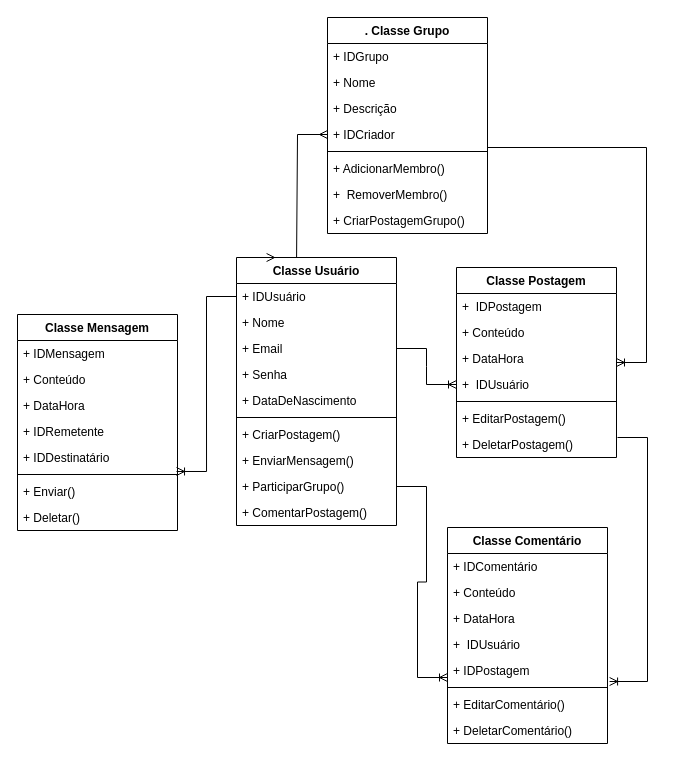
felipeboniatti/DiagramaRedeSocial keeps this draw.io diagram as Diagrama sem nome.drawio. Above is the earlier version. Source tidied: cells renumbered, new cells numbered last; positions are measured from the earlier drawing's top-left corner, leaving out a move shared by most shapes. Both pictures are drawn from the tidied source at 100%, with x=0, y=0 at pixel (17, 17).
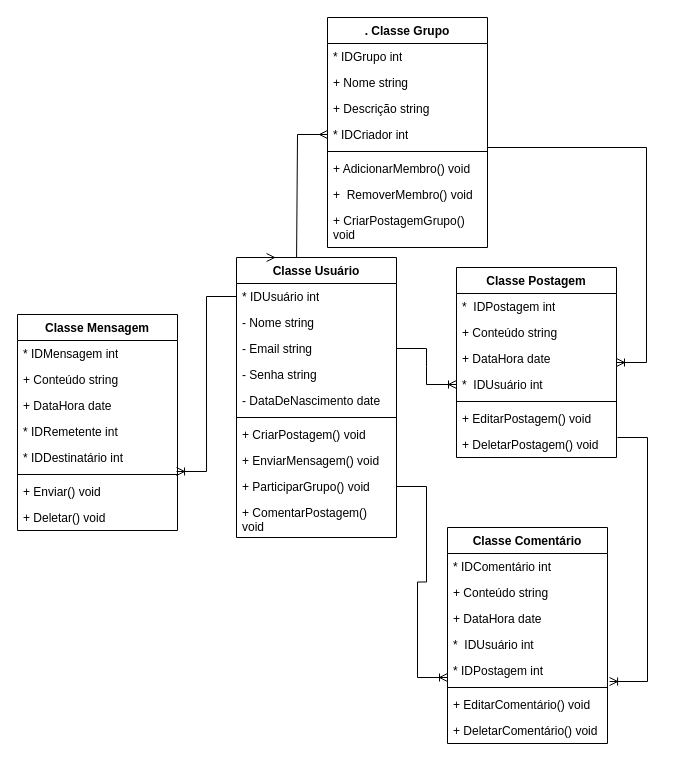
Above is the later version.

The change refers to these unchanged cells:
```xml
<mxCell id="13" value="Classe Postagem&lt;br/&gt;" style="swimlane;fontStyle=1;align=center;verticalAlign=top;horizontal=1;startSize=26;whiteSpace=wrap;html=1;" parent="1" vertex="1">
  <mxGeometry x="439" y="250" width="160" height="190" as="geometry" />
</mxCell>
<mxCell id="21" value="Classe Comentário" style="swimlane;fontStyle=1;align=center;verticalAlign=top;horizontal=1;startSize=26;whiteSpace=wrap;html=1;" parent="1" vertex="1">
  <mxGeometry x="430" y="510" width="160" height="216" as="geometry" />
</mxCell>
<mxCell id="39" value="Classe Mensagem" style="swimlane;fontStyle=1;align=center;verticalAlign=top;horizontal=1;startSize=26;whiteSpace=wrap;html=1;" parent="1" vertex="1">
  <mxGeometry y="297" width="160" height="216" as="geometry" />
</mxCell>
```

What changed in the source:
```diff
@@
     <mxCell id="2" value="Classe&amp;nbsp;Usuário" style="swimlane;fontStyle=1;align=center;verticalAlign=top;horizontal=1;startSize=26;whiteSpace=wrap;html=1;" parent="1" vertex="1">
-      <mxGeometry x="219" y="240" width="160" height="268" as="geometry" />
+      <mxGeometry x="219" y="240" width="160" height="280" as="geometry" />
     </mxCell>
-    <mxCell id="3" value="+ IDUsuário" style="text;strokeColor=none;fillColor=none;align=left;verticalAlign=top;spacingLeft=4;spacingRight=4;overflow=hidden;points=[[0,0.5],[1,0.5]];portConstraint=eastwest;whiteSpace=wrap;html=1;" parent="2" vertex="1">
+    <mxCell id="3" value="* IDUsuário int" style="text;strokeColor=none;fillColor=none;align=left;verticalAlign=top;spacingLeft=4;spacingRight=4;overflow=hidden;points=[[0,0.5],[1,0.5]];portConstraint=eastwest;whiteSpace=wrap;html=1;" parent="2" vertex="1">
       <mxGeometry y="26" width="160" height="26" as="geometry" />
     </mxCell>
-    <mxCell id="4" value="+ Nome" style="text;strokeColor=none;fillColor=none;align=left;verticalAlign=top;spacingLeft=4;spacingRight=4;overflow=hidden;whiteSpace=wrap;html=1;" parent="2" vertex="1">
+    <mxCell id="4" value="- Nome string" style="text;strokeColor=none;fillColor=none;align=left;verticalAlign=top;spacingLeft=4;spacingRight=4;overflow=hidden;whiteSpace=wrap;html=1;" parent="2" vertex="1">
       <mxGeometry y="52" width="160" height="26" as="geometry" />
     </mxCell>
-    <mxCell id="5" value="+ Email" style="text;strokeColor=none;fillColor=none;align=left;verticalAlign=top;spacingLeft=4;spacingRight=4;overflow=hidden;points=[[0,0.5],[1,0.5]];portConstraint=eastwest;whiteSpace=wrap;html=1;" parent="2" vertex="1">
+    <mxCell id="5" value="- Email string" style="text;strokeColor=none;fillColor=none;align=left;verticalAlign=top;spacingLeft=4;spacingRight=4;overflow=hidden;points=[[0,0.5],[1,0.5]];portConstraint=eastwest;whiteSpace=wrap;html=1;" parent="2" vertex="1">
       <mxGeometry y="78" width="160" height="26" as="geometry" />
     </mxCell>
-    <mxCell id="6" value="+ Senha" style="text;strokeColor=none;fillColor=none;align=left;verticalAlign=top;spacingLeft=4;spacingRight=4;overflow=hidden;whiteSpace=wrap;html=1;" parent="2" vertex="1">
+    <mxCell id="6" value="- Senha string" style="text;strokeColor=none;fillColor=none;align=left;verticalAlign=top;spacingLeft=4;spacingRight=4;overflow=hidden;whiteSpace=wrap;html=1;" parent="2" vertex="1">
       <mxGeometry y="104" width="160" height="26" as="geometry" />
     </mxCell>
-    <mxCell id="7" value="+ DataDeNascimento" style="text;strokeColor=none;fillColor=none;align=left;verticalAlign=top;spacingLeft=4;spacingRight=4;overflow=hidden;whiteSpace=wrap;html=1;" parent="2" vertex="1">
+    <mxCell id="7" value="- DataDeNascimento date" style="text;strokeColor=none;fillColor=none;align=left;verticalAlign=top;spacingLeft=4;spacingRight=4;overflow=hidden;whiteSpace=wrap;html=1;" parent="2" vertex="1">
       <mxGeometry y="130" width="160" height="26" as="geometry" />
     </mxCell>
@@
-    <mxCell id="9" value="+ CriarPostagem()" style="text;strokeColor=none;fillColor=none;align=left;verticalAlign=top;spacingLeft=4;spacingRight=4;overflow=hidden;whiteSpace=wrap;html=1;" parent="2" vertex="1">
+    <mxCell id="9" value="+ CriarPostagem() void" style="text;strokeColor=none;fillColor=none;align=left;verticalAlign=top;spacingLeft=4;spacingRight=4;overflow=hidden;whiteSpace=wrap;html=1;" parent="2" vertex="1">
       <mxGeometry y="164" width="160" height="26" as="geometry" />
     </mxCell>
-    <mxCell id="10" value="+ EnviarMensagem()" style="text;strokeColor=none;fillColor=none;align=left;verticalAlign=top;spacingLeft=4;spacingRight=4;overflow=hidden;whiteSpace=wrap;html=1;" parent="2" vertex="1">
+    <mxCell id="10" value="+ EnviarMensagem()&amp;nbsp;void" style="text;strokeColor=none;fillColor=none;align=left;verticalAlign=top;spacingLeft=4;spacingRight=4;overflow=hidden;whiteSpace=wrap;html=1;" parent="2" vertex="1">
       <mxGeometry y="190" width="160" height="26" as="geometry" />
     </mxCell>
-    <mxCell id="11" value="+ ParticiparGrupo()" style="text;strokeColor=none;fillColor=none;align=left;verticalAlign=top;spacingLeft=4;spacingRight=4;overflow=hidden;points=[[0,0.5],[1,0.5]];portConstraint=eastwest;whiteSpace=wrap;html=1;" parent="2" vertex="1">
+    <mxCell id="11" value="+ ParticiparGrupo()&amp;nbsp;void" style="text;strokeColor=none;fillColor=none;align=left;verticalAlign=top;spacingLeft=4;spacingRight=4;overflow=hidden;points=[[0,0.5],[1,0.5]];portConstraint=eastwest;whiteSpace=wrap;html=1;" parent="2" vertex="1">
       <mxGeometry y="216" width="160" height="26" as="geometry" />
     </mxCell>
-    <mxCell id="12" value="+ ComentarPostagem()&lt;br/&gt;" style="text;strokeColor=none;fillColor=none;align=left;verticalAlign=top;spacingLeft=4;spacingRight=4;overflow=hidden;whiteSpace=wrap;html=1;" parent="2" vertex="1">
-      <mxGeometry y="242" width="160" height="26" as="geometry" />
+    <mxCell id="12" value="+ ComentarPostagem() void&lt;br&gt;" style="text;strokeColor=none;fillColor=none;align=left;verticalAlign=top;spacingLeft=4;spacingRight=4;overflow=hidden;whiteSpace=wrap;html=1;" parent="2" vertex="1">
+      <mxGeometry y="242" width="160" height="38" as="geometry" />
     </mxCell>
@@
-    <mxCell id="14" value="+&amp;nbsp; IDPostagem" style="text;strokeColor=none;fillColor=none;align=left;verticalAlign=top;spacingLeft=4;spacingRight=4;overflow=hidden;whiteSpace=wrap;html=1;" parent="13" vertex="1">
+    <mxCell id="14" value="*&amp;nbsp; IDPostagem int" style="text;strokeColor=none;fillColor=none;align=left;verticalAlign=top;spacingLeft=4;spacingRight=4;overflow=hidden;whiteSpace=wrap;html=1;" parent="13" vertex="1">
       <mxGeometry y="26" width="160" height="26" as="geometry" />
     </mxCell>
-    <mxCell id="15" value="+ Conteúdo" style="text;strokeColor=none;fillColor=none;align=left;verticalAlign=top;spacingLeft=4;spacingRight=4;overflow=hidden;whiteSpace=wrap;html=1;" parent="13" vertex="1">
+    <mxCell id="15" value="+ Conteúdo string" style="text;strokeColor=none;fillColor=none;align=left;verticalAlign=top;spacingLeft=4;spacingRight=4;overflow=hidden;whiteSpace=wrap;html=1;" parent="13" vertex="1">
       <mxGeometry y="52" width="160" height="26" as="geometry" />
     </mxCell>
-    <mxCell id="16" value="+ DataHora" style="text;strokeColor=none;fillColor=none;align=left;verticalAlign=top;spacingLeft=4;spacingRight=4;overflow=hidden;whiteSpace=wrap;html=1;" parent="13" vertex="1">
+    <mxCell id="16" value="+ DataHora date" style="text;strokeColor=none;fillColor=none;align=left;verticalAlign=top;spacingLeft=4;spacingRight=4;overflow=hidden;whiteSpace=wrap;html=1;" parent="13" vertex="1">
       <mxGeometry y="78" width="160" height="26" as="geometry" />
     </mxCell>
-    <mxCell id="17" value="+&amp;nbsp; IDUsuário&lt;br/&gt;" style="text;strokeColor=none;fillColor=none;align=left;verticalAlign=top;spacingLeft=4;spacingRight=4;overflow=hidden;points=[[0,0.5],[1,0.5]];portConstraint=eastwest;whiteSpace=wrap;html=1;" parent="13" vertex="1">
+    <mxCell id="17" value="*&amp;nbsp; IDUsuário int&lt;br&gt;" style="text;strokeColor=none;fillColor=none;align=left;verticalAlign=top;spacingLeft=4;spacingRight=4;overflow=hidden;points=[[0,0.5],[1,0.5]];portConstraint=eastwest;whiteSpace=wrap;html=1;" parent="13" vertex="1">
       <mxGeometry y="104" width="160" height="26" as="geometry" />
     </mxCell>
@@
-    <mxCell id="19" value="+ EditarPostagem()" style="text;strokeColor=none;fillColor=none;align=left;verticalAlign=top;spacingLeft=4;spacingRight=4;overflow=hidden;whiteSpace=wrap;html=1;" parent="13" vertex="1">
+    <mxCell id="19" value="+ EditarPostagem()&amp;nbsp;void" style="text;strokeColor=none;fillColor=none;align=left;verticalAlign=top;spacingLeft=4;spacingRight=4;overflow=hidden;whiteSpace=wrap;html=1;" parent="13" vertex="1">
       <mxGeometry y="138" width="160" height="26" as="geometry" />
     </mxCell>
-    <mxCell id="20" value="+ DeletarPostagem()" style="text;strokeColor=none;fillColor=none;align=left;verticalAlign=top;spacingLeft=4;spacingRight=4;overflow=hidden;whiteSpace=wrap;html=1;" parent="13" vertex="1">
+    <mxCell id="20" value="+ DeletarPostagem()&amp;nbsp;void" style="text;strokeColor=none;fillColor=none;align=left;verticalAlign=top;spacingLeft=4;spacingRight=4;overflow=hidden;whiteSpace=wrap;html=1;" parent="13" vertex="1">
       <mxGeometry y="164" width="160" height="26" as="geometry" />
     </mxCell>
@@
-    <mxCell id="22" value="+&amp;nbsp;IDComentário" style="text;strokeColor=none;fillColor=none;align=left;verticalAlign=top;spacingLeft=4;spacingRight=4;overflow=hidden;whiteSpace=wrap;html=1;" parent="21" vertex="1">
+    <mxCell id="22" value="* IDComentário int" style="text;strokeColor=none;fillColor=none;align=left;verticalAlign=top;spacingLeft=4;spacingRight=4;overflow=hidden;whiteSpace=wrap;html=1;" parent="21" vertex="1">
       <mxGeometry y="26" width="160" height="26" as="geometry" />
     </mxCell>
-    <mxCell id="23" value="+ Conteúdo" style="text;strokeColor=none;fillColor=none;align=left;verticalAlign=top;spacingLeft=4;spacingRight=4;overflow=hidden;whiteSpace=wrap;html=1;" parent="21" vertex="1">
+    <mxCell id="23" value="+ Conteúdo string" style="text;strokeColor=none;fillColor=none;align=left;verticalAlign=top;spacingLeft=4;spacingRight=4;overflow=hidden;whiteSpace=wrap;html=1;" parent="21" vertex="1">
       <mxGeometry y="52" width="160" height="26" as="geometry" />
     </mxCell>
-    <mxCell id="24" value="+ DataHora" style="text;strokeColor=none;fillColor=none;align=left;verticalAlign=top;spacingLeft=4;spacingRight=4;overflow=hidden;whiteSpace=wrap;html=1;" parent="21" vertex="1">
+    <mxCell id="24" value="+ DataHora date" style="text;strokeColor=none;fillColor=none;align=left;verticalAlign=top;spacingLeft=4;spacingRight=4;overflow=hidden;whiteSpace=wrap;html=1;" parent="21" vertex="1">
       <mxGeometry y="78" width="160" height="26" as="geometry" />
     </mxCell>
-    <mxCell id="25" value="+&amp;nbsp; IDUsuário" style="text;strokeColor=none;fillColor=none;align=left;verticalAlign=top;spacingLeft=4;spacingRight=4;overflow=hidden;whiteSpace=wrap;html=1;" parent="21" vertex="1">
+    <mxCell id="25" value="*&amp;nbsp; IDUsuário int" style="text;strokeColor=none;fillColor=none;align=left;verticalAlign=top;spacingLeft=4;spacingRight=4;overflow=hidden;whiteSpace=wrap;html=1;" parent="21" vertex="1">
       <mxGeometry y="104" width="160" height="26" as="geometry" />
     </mxCell>
-    <mxCell id="26" value="+&amp;nbsp;IDPostagem&lt;br/&gt;" style="text;strokeColor=none;fillColor=none;align=left;verticalAlign=top;spacingLeft=4;spacingRight=4;overflow=hidden;points=[[0,0.5],[1,0.5]];portConstraint=eastwest;whiteSpace=wrap;html=1;" parent="21" vertex="1">
+    <mxCell id="26" value="* IDPostagem int&lt;br&gt;" style="text;strokeColor=none;fillColor=none;align=left;verticalAlign=top;spacingLeft=4;spacingRight=4;overflow=hidden;points=[[0,0.5],[1,0.5]];portConstraint=eastwest;whiteSpace=wrap;html=1;" parent="21" vertex="1">
       <mxGeometry y="130" width="160" height="26" as="geometry" />
     </mxCell>
@@
-    <mxCell id="28" value="+ EditarComentário()" style="text;strokeColor=none;fillColor=none;align=left;verticalAlign=top;spacingLeft=4;spacingRight=4;overflow=hidden;whiteSpace=wrap;html=1;" parent="21" vertex="1">
+    <mxCell id="28" value="+ EditarComentário()&amp;nbsp;void" style="text;strokeColor=none;fillColor=none;align=left;verticalAlign=top;spacingLeft=4;spacingRight=4;overflow=hidden;whiteSpace=wrap;html=1;" parent="21" vertex="1">
       <mxGeometry y="164" width="160" height="26" as="geometry" />
     </mxCell>
-    <mxCell id="29" value="+ DeletarComentário()" style="text;strokeColor=none;fillColor=none;align=left;verticalAlign=top;spacingLeft=4;spacingRight=4;overflow=hidden;whiteSpace=wrap;html=1;" parent="21" vertex="1">
+    <mxCell id="29" value="+ DeletarComentário()&amp;nbsp;void" style="text;strokeColor=none;fillColor=none;align=left;verticalAlign=top;spacingLeft=4;spacingRight=4;overflow=hidden;whiteSpace=wrap;html=1;" parent="21" vertex="1">
       <mxGeometry y="190" width="160" height="26" as="geometry" />
     </mxCell>
     <mxCell id="30" value=". Classe Grupo&lt;br/&gt;" style="swimlane;fontStyle=1;align=center;verticalAlign=top;horizontal=1;startSize=26;whiteSpace=wrap;html=1;" parent="1" vertex="1">
-      <mxGeometry x="310" width="160" height="216" as="geometry" />
+      <mxGeometry x="310" width="160" height="230" as="geometry" />
     </mxCell>
-    <mxCell id="31" value="+&amp;nbsp;IDGrupo" style="text;strokeColor=none;fillColor=none;align=left;verticalAlign=top;spacingLeft=4;spacingRight=4;overflow=hidden;whiteSpace=wrap;html=1;" parent="30" vertex="1">
+    <mxCell id="31" value="* IDGrupo int" style="text;strokeColor=none;fillColor=none;align=left;verticalAlign=top;spacingLeft=4;spacingRight=4;overflow=hidden;whiteSpace=wrap;html=1;" parent="30" vertex="1">
       <mxGeometry y="26" width="160" height="26" as="geometry" />
     </mxCell>
-    <mxCell id="32" value="+ Nome" style="text;strokeColor=none;fillColor=none;align=left;verticalAlign=top;spacingLeft=4;spacingRight=4;overflow=hidden;whiteSpace=wrap;html=1;" parent="30" vertex="1">
+    <mxCell id="32" value="+ Nome string" style="text;strokeColor=none;fillColor=none;align=left;verticalAlign=top;spacingLeft=4;spacingRight=4;overflow=hidden;whiteSpace=wrap;html=1;" parent="30" vertex="1">
       <mxGeometry y="52" width="160" height="26" as="geometry" />
     </mxCell>
-    <mxCell id="33" value="+ Descrição" style="text;strokeColor=none;fillColor=none;align=left;verticalAlign=top;spacingLeft=4;spacingRight=4;overflow=hidden;whiteSpace=wrap;html=1;" parent="30" vertex="1">
+    <mxCell id="33" value="+ Descrição string" style="text;strokeColor=none;fillColor=none;align=left;verticalAlign=top;spacingLeft=4;spacingRight=4;overflow=hidden;whiteSpace=wrap;html=1;" parent="30" vertex="1">
       <mxGeometry y="78" width="160" height="26" as="geometry" />
     </mxCell>
-    <mxCell id="34" value="+&amp;nbsp;IDCriador" style="text;strokeColor=none;fillColor=none;align=left;verticalAlign=top;spacingLeft=4;spacingRight=4;overflow=hidden;points=[[0,0.5],[1,0.5]];portConstraint=eastwest;whiteSpace=wrap;html=1;" parent="30" vertex="1">
+    <mxCell id="34" value="* IDCriador int" style="text;strokeColor=none;fillColor=none;align=left;verticalAlign=top;spacingLeft=4;spacingRight=4;overflow=hidden;points=[[0,0.5],[1,0.5]];portConstraint=eastwest;whiteSpace=wrap;html=1;" parent="30" vertex="1">
       <mxGeometry y="104" width="160" height="26" as="geometry" />
     </mxCell>
@@
-    <mxCell id="36" value="+ AdicionarMembro()" style="text;strokeColor=none;fillColor=none;align=left;verticalAlign=top;spacingLeft=4;spacingRight=4;overflow=hidden;whiteSpace=wrap;html=1;" parent="30" vertex="1">
+    <mxCell id="36" value="+ AdicionarMembro()&amp;nbsp;void" style="text;strokeColor=none;fillColor=none;align=left;verticalAlign=top;spacingLeft=4;spacingRight=4;overflow=hidden;whiteSpace=wrap;html=1;" parent="30" vertex="1">
       <mxGeometry y="138" width="160" height="26" as="geometry" />
     </mxCell>
-    <mxCell id="37" value="+&amp;nbsp; RemoverMembro()" style="text;strokeColor=none;fillColor=none;align=left;verticalAlign=top;spacingLeft=4;spacingRight=4;overflow=hidden;whiteSpace=wrap;html=1;" parent="30" vertex="1">
+    <mxCell id="37" value="+&amp;nbsp; RemoverMembro()&amp;nbsp;void" style="text;strokeColor=none;fillColor=none;align=left;verticalAlign=top;spacingLeft=4;spacingRight=4;overflow=hidden;whiteSpace=wrap;html=1;" parent="30" vertex="1">
       <mxGeometry y="164" width="160" height="26" as="geometry" />
     </mxCell>
-    <mxCell id="38" value="+ CriarPostagemGrupo()" style="text;strokeColor=none;fillColor=none;align=left;verticalAlign=top;spacingLeft=4;spacingRight=4;overflow=hidden;whiteSpace=wrap;html=1;" parent="30" vertex="1">
-      <mxGeometry y="190" width="160" height="26" as="geometry" />
+    <mxCell id="38" value="+ CriarPostagemGrupo() void" style="text;strokeColor=none;fillColor=none;align=left;verticalAlign=top;spacingLeft=4;spacingRight=4;overflow=hidden;whiteSpace=wrap;html=1;" parent="30" vertex="1">
+      <mxGeometry y="190" width="160" height="40" as="geometry" />
     </mxCell>
@@
-    <mxCell id="40" value="+&amp;nbsp;IDMensagem" style="text;strokeColor=none;fillColor=none;align=left;verticalAlign=top;spacingLeft=4;spacingRight=4;overflow=hidden;whiteSpace=wrap;html=1;" parent="39" vertex="1">
+    <mxCell id="40" value="* IDMensagem int" style="text;strokeColor=none;fillColor=none;align=left;verticalAlign=top;spacingLeft=4;spacingRight=4;overflow=hidden;whiteSpace=wrap;html=1;" parent="39" vertex="1">
       <mxGeometry y="26" width="160" height="26" as="geometry" />
     </mxCell>
-    <mxCell id="41" value="+ Conteúdo" style="text;strokeColor=none;fillColor=none;align=left;verticalAlign=top;spacingLeft=4;spacingRight=4;overflow=hidden;whiteSpace=wrap;html=1;" parent="39" vertex="1">
+    <mxCell id="41" value="+ Conteúdo string" style="text;strokeColor=none;fillColor=none;align=left;verticalAlign=top;spacingLeft=4;spacingRight=4;overflow=hidden;whiteSpace=wrap;html=1;" parent="39" vertex="1">
       <mxGeometry y="52" width="160" height="26" as="geometry" />
     </mxCell>
-    <mxCell id="42" value="+ DataHora" style="text;strokeColor=none;fillColor=none;align=left;verticalAlign=top;spacingLeft=4;spacingRight=4;overflow=hidden;whiteSpace=wrap;html=1;" parent="39" vertex="1">
+    <mxCell id="42" value="+ DataHora date" style="text;strokeColor=none;fillColor=none;align=left;verticalAlign=top;spacingLeft=4;spacingRight=4;overflow=hidden;whiteSpace=wrap;html=1;" parent="39" vertex="1">
       <mxGeometry y="78" width="160" height="26" as="geometry" />
     </mxCell>
-    <mxCell id="43" value="+&amp;nbsp;IDRemetente" style="text;strokeColor=none;fillColor=none;align=left;verticalAlign=top;spacingLeft=4;spacingRight=4;overflow=hidden;whiteSpace=wrap;html=1;" parent="39" vertex="1">
+    <mxCell id="43" value="* IDRemetente int" style="text;strokeColor=none;fillColor=none;align=left;verticalAlign=top;spacingLeft=4;spacingRight=4;overflow=hidden;whiteSpace=wrap;html=1;" parent="39" vertex="1">
       <mxGeometry y="104" width="160" height="26" as="geometry" />
     </mxCell>
-    <mxCell id="44" value="+&amp;nbsp;IDDestinatário" style="text;strokeColor=none;fillColor=none;align=left;verticalAlign=top;spacingLeft=4;spacingRight=4;overflow=hidden;points=[[0,0.5],[1,0.5]];portConstraint=eastwest;whiteSpace=wrap;html=1;" parent="39" vertex="1">
+    <mxCell id="44" value="* IDDestinatário int" style="text;strokeColor=none;fillColor=none;align=left;verticalAlign=top;spacingLeft=4;spacingRight=4;overflow=hidden;points=[[0,0.5],[1,0.5]];portConstraint=eastwest;whiteSpace=wrap;html=1;" parent="39" vertex="1">
       <mxGeometry y="130" width="160" height="26" as="geometry" />
     </mxCell>
@@
-    <mxCell id="46" value="+ Enviar()" style="text;strokeColor=none;fillColor=none;align=left;verticalAlign=top;spacingLeft=4;spacingRight=4;overflow=hidden;whiteSpace=wrap;html=1;" parent="39" vertex="1">
+    <mxCell id="46" value="+ Enviar()&amp;nbsp;void" style="text;strokeColor=none;fillColor=none;align=left;verticalAlign=top;spacingLeft=4;spacingRight=4;overflow=hidden;whiteSpace=wrap;html=1;" parent="39" vertex="1">
       <mxGeometry y="164" width="160" height="26" as="geometry" />
     </mxCell>
-    <mxCell id="47" value="+ Deletar()&lt;br/&gt;" style="text;strokeColor=none;fillColor=none;align=left;verticalAlign=top;spacingLeft=4;spacingRight=4;overflow=hidden;whiteSpace=wrap;html=1;" parent="39" vertex="1">
+    <mxCell id="47" value="+ Deletar()&amp;nbsp;void&lt;br&gt;" style="text;strokeColor=none;fillColor=none;align=left;verticalAlign=top;spacingLeft=4;spacingRight=4;overflow=hidden;whiteSpace=wrap;html=1;" parent="39" vertex="1">
       <mxGeometry y="190" width="160" height="26" as="geometry" />
     </mxCell>
```
